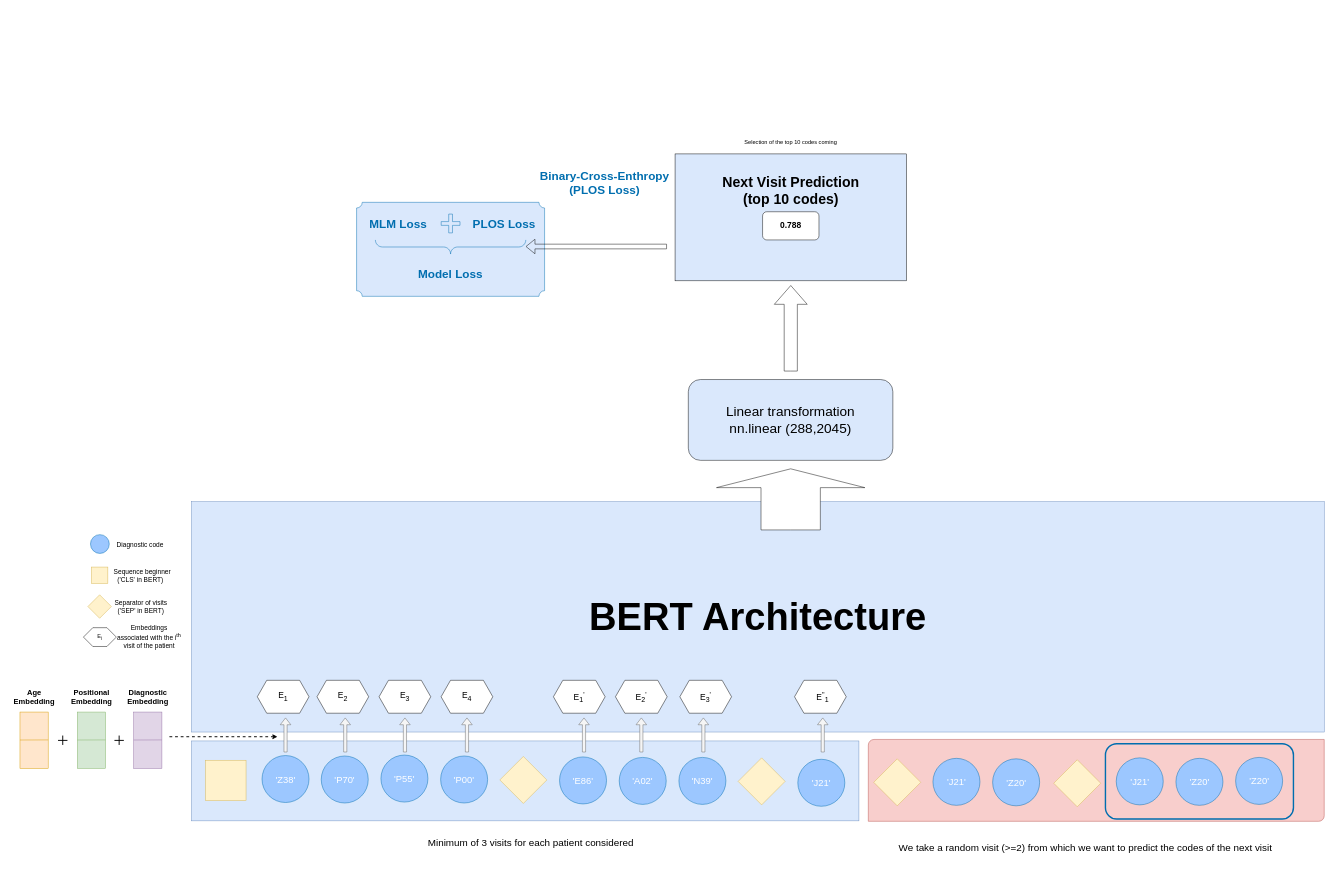
Basso42/BEHRT keeps this draw.io diagram as FineTuning_DREES.drawio. Above is the earlier version. Source tidied: cells renumbered, new cells numbered last; positions are measured from the earlier drawing's top-left corner, leaving out a move shared by most shapes. Both pictures are drawn from the tidied source at 47%, with x=0, y=0 at pixel (8, 135).
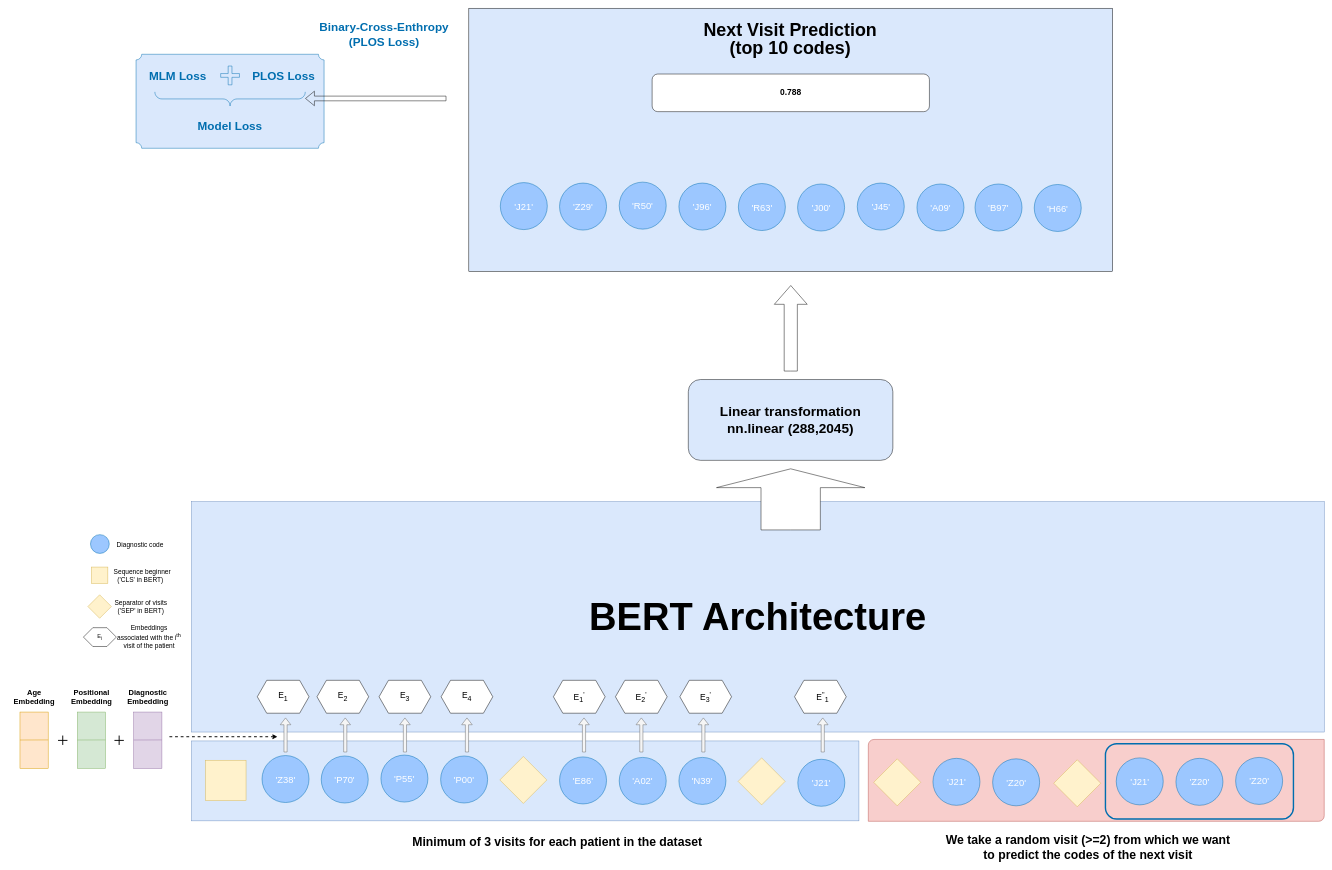
Above is the later version.

Commit message (it also covers changes not shown here):
Mettre à jour FineTuning_DREES.drawio

The edit, as a diff of the source:
```diff
@@
-    <mxCell id="66" value="&lt;div style=&quot;font-size: 29px;&quot;&gt;&lt;font style=&quot;font-size: 29px;&quot;&gt;Linear transformation&lt;/font&gt;&lt;/div&gt;&lt;div style=&quot;font-size: 29px;&quot;&gt;&lt;font style=&quot;font-size: 29px;&quot;&gt;nn.linear (288,2045)&lt;br&gt; &lt;/font&gt;&lt;/div&gt;" style="rounded=1;whiteSpace=wrap;html=1;fillColor=#DAE8FC;" parent="1" vertex="1">
+    <mxCell id="66" value="&lt;div style=&quot;font-size: 29px;&quot;&gt;&lt;b&gt;&lt;font style=&quot;font-size: 29px;&quot;&gt;Linear transformation&lt;/font&gt;&lt;/b&gt;&lt;/div&gt;&lt;div style=&quot;font-size: 29px;&quot;&gt;&lt;font style=&quot;font-size: 29px;&quot;&gt;&lt;b&gt;nn.linear (288,2045)&lt;br&gt;&lt;/b&gt; &lt;/font&gt;&lt;/div&gt;" style="rounded=1;whiteSpace=wrap;html=1;fillColor=#DAE8FC;" parent="1" vertex="1">
       <mxGeometry x="1447" y="520" width="435.2" height="172" as="geometry" />
     </mxCell>
@@
     <mxCell id="68" value="&lt;p style=&quot;line-height: 0%;&quot;&gt;&lt;br&gt;&lt;/p&gt;" style="rounded=0;whiteSpace=wrap;html=1;fillColor=#DAE8FC;" parent="1" vertex="1">
-      <mxGeometry x="1418.8" y="40" width="492.4" height="270" as="geometry" />
+      <mxGeometry x="980" y="-270" width="1370" height="560" as="geometry" />
     </mxCell>
     <mxCell id="69" style="verticalLabelPosition=bottom;verticalAlign=top;html=1;shape=mxgraph.basic.plaque;dx=6;whiteSpace=wrap;strokeColor=#006EAF;fillColor=#DAE8FC;" parent="1" vertex="1">
-      <mxGeometry x="741.2" y="143" width="400" height="200" as="geometry" />
+      <mxGeometry x="272" y="-172" width="400" height="200" as="geometry" />
     </mxCell>
     <mxCell id="70" value="&lt;div style=&quot;font-size: 25px;&quot;&gt;&lt;font style=&quot;font-size: 25px;&quot; color=&quot;#006eaf&quot;&gt;&lt;b&gt;&lt;font style=&quot;font-size: 25px;&quot;&gt;&lt;font style=&quot;font-size: 25px;&quot;&gt;&lt;span style=&quot;white-space: pre;&quot;&gt;&#9;&lt;/span&gt;PLOS Loss &lt;br&gt;&lt;/font&gt;&lt;/font&gt;&lt;/b&gt;&lt;/font&gt;&lt;/div&gt;&lt;div style=&quot;font-size: 25px;&quot;&gt;&lt;font color=&quot;#006eaf&quot;&gt;&lt;br&gt;&lt;/font&gt;&lt;/div&gt;" style="text;whiteSpace=wrap;html=1;" parent="1" vertex="1">
-      <mxGeometry x="931.2" y="168" width="320" height="35" as="geometry" />
+      <mxGeometry x="462" y="-147" width="320" height="35" as="geometry" />
     </mxCell>
     <mxCell id="71" style="shape=cross;whiteSpace=wrap;html=1;fillColor=none;fontColor=#ffffff;strokeColor=#006EAF;" parent="1" vertex="1">
-      <mxGeometry x="921.2" y="168" width="40" height="40" as="geometry" />
+      <mxGeometry x="452" y="-147" width="40" height="40" as="geometry" />
     </mxCell>
     <mxCell id="72" value="&lt;div style=&quot;font-size: 25px;&quot;&gt;&lt;font style=&quot;font-size: 25px;&quot; color=&quot;#006eaf&quot;&gt;&lt;b&gt;&lt;font style=&quot;font-size: 25px;&quot;&gt;&lt;font style=&quot;font-size: 25px;&quot;&gt;Binary-Cross-Enthropy&lt;/font&gt;&lt;/font&gt;&lt;/b&gt;&lt;/font&gt;&lt;/div&gt;&lt;div style=&quot;font-size: 25px;&quot;&gt;&lt;font style=&quot;font-size: 25px;&quot;&gt;&lt;b&gt;&lt;font style=&quot;font-size: 25px;&quot; color=&quot;#006eaf&quot;&gt;&lt;font style=&quot;font-size: 25px;&quot;&gt;(PLOS Loss)&lt;/font&gt;&lt;/font&gt;&lt;font style=&quot;font-size: 25px;&quot; color=&quot;#ff0000&quot;&gt;&lt;font style=&quot;font-size: 25px;&quot;&gt;&lt;br&gt;&lt;/font&gt;&lt;/font&gt;&lt;/b&gt;&lt;/font&gt;&lt;/div&gt;" style="text;html=1;strokeColor=none;fillColor=none;align=center;verticalAlign=middle;whiteSpace=wrap;rounded=0;" parent="1" vertex="1">
-      <mxGeometry x="1118.8" y="85" width="300" height="30" as="geometry" />
+      <mxGeometry x="649.6" y="-230" width="300" height="30" as="geometry" />
     </mxCell>
     <mxCell id="73" value="&lt;font style=&quot;font-size: 25px;&quot; color=&quot;#006eaf&quot;&gt;&lt;b&gt;&lt;font style=&quot;font-size: 25px;&quot;&gt;&lt;font style=&quot;font-size: 25px;&quot;&gt;&lt;span style=&quot;white-space: pre;&quot;&gt;&amp;nbsp;&amp;nbsp;&amp;nbsp;&amp;nbsp;&lt;/span&gt;MLM Loss &lt;/font&gt;&lt;/font&gt;&lt;/b&gt;&lt;/font&gt;" style="text;html=1;strokeColor=none;fillColor=none;align=center;verticalAlign=middle;whiteSpace=wrap;rounded=0;" parent="1" vertex="1">
-      <mxGeometry x="701.2" y="173" width="230" height="30" as="geometry" />
+      <mxGeometry x="232" y="-142" width="230" height="30" as="geometry" />
     </mxCell>
     <mxCell id="74" value="&lt;font size=&quot;1&quot; color=&quot;#006eaf&quot;&gt;&lt;b&gt;&lt;font style=&quot;font-size: 25px;&quot;&gt;Model Loss&lt;/font&gt;&lt;/b&gt;&lt;/font&gt;" style="text;html=1;strokeColor=none;fillColor=none;align=center;verticalAlign=middle;whiteSpace=wrap;rounded=0;" parent="1" vertex="1">
-      <mxGeometry x="856.2" y="280" width="170" height="30" as="geometry" />
+      <mxGeometry x="387" y="-35" width="170" height="30" as="geometry" />
     </mxCell>
     <mxCell id="75" style="verticalLabelPosition=bottom;shadow=0;dashed=0;align=center;html=1;verticalAlign=top;strokeWidth=1;shape=mxgraph.mockup.markup.curlyBrace;whiteSpace=wrap;flipV=1;strokeColor=#006EAF;" parent="1" vertex="1">
-      <mxGeometry x="781.2" y="223" width="320" height="30" as="geometry" />
+      <mxGeometry x="312" y="-92" width="320" height="30" as="geometry" />
     </mxCell>
     <mxCell id="76" value="&lt;b&gt;&lt;font style=&quot;font-size: 18px;&quot;&gt;0.788&lt;/font&gt;&lt;/b&gt;" style="rounded=1;whiteSpace=wrap;html=1;" parent="1" vertex="1">
-      <mxGeometry x="1605" y="163" width="120" height="60" as="geometry" />
+      <mxGeometry x="1370" y="-130" width="590" height="80" as="geometry" />
     </mxCell>
     <mxCell id="77" style="shape=flexArrow;endArrow=classic;html=1;rounded=0;" parent="1" edge="1">
       <mxGeometry relative="1" as="geometry">
-        <mxPoint x="1401.2" y="237" as="sourcePoint" />
-        <mxPoint x="1101.2" y="237" as="targetPoint" />
+        <mxPoint x="932" y="-78" as="sourcePoint" />
+        <mxPoint x="632" y="-78" as="targetPoint" />
       </mxGeometry>
     </mxCell>
-    <mxCell id="78" value="&lt;p style=&quot;line-height: 0%;&quot;&gt;&lt;b&gt;&lt;font style=&quot;font-size: 30px;&quot;&gt;Next Visit Prediction&lt;/font&gt;&lt;/b&gt;&lt;/p&gt;&lt;p style=&quot;line-height: 0%;&quot;&gt;&lt;b&gt;&lt;font style=&quot;font-size: 30px;&quot;&gt;&lt;br&gt;&lt;/font&gt;&lt;/b&gt;&lt;/p&gt;&lt;p style=&quot;line-height: 0%;&quot;&gt;&lt;b&gt;&lt;font style=&quot;font-size: 30px;&quot;&gt;(top 10 codes) &lt;br&gt;&lt;/font&gt;&lt;/b&gt;&lt;/p&gt;&lt;p style=&quot;line-height: 0%;&quot;&gt;&lt;b&gt;&lt;font style=&quot;font-size: 30px;&quot;&gt;&lt;br&gt;&lt;/font&gt;&lt;/b&gt;&lt;/p&gt;" style="text;html=1;strokeColor=none;fillColor=none;align=center;verticalAlign=middle;whiteSpace=wrap;rounded=0;" parent="1" vertex="1">
-      <mxGeometry x="1488.5" y="30" width="353" height="200" as="geometry" />
+    <mxCell id="78" value="&lt;p style=&quot;line-height: 0%; font-size: 38px;&quot;&gt;&lt;font style=&quot;font-size: 38px;&quot;&gt;&lt;b&gt;&lt;font style=&quot;font-size: 38px;&quot;&gt;Next Visit Prediction&lt;/font&gt;&lt;/b&gt;&lt;/font&gt;&lt;/p&gt;&lt;p style=&quot;line-height: 0%; font-size: 38px;&quot;&gt;&lt;font style=&quot;font-size: 38px;&quot;&gt;&lt;b&gt;&lt;font style=&quot;font-size: 38px;&quot;&gt;(top 10 codes) &lt;/font&gt;&lt;/b&gt;&lt;font style=&quot;font-size: 38px;&quot;&gt;&lt;b&gt;&lt;font style=&quot;font-size: 38px;&quot;&gt;&lt;br&gt;&lt;/font&gt;&lt;/b&gt;&lt;/font&gt;&lt;/font&gt;&lt;/p&gt;&lt;p style=&quot;line-height: 0%;&quot;&gt;&lt;b&gt;&lt;font style=&quot;font-size: 30px;&quot;&gt;&lt;br&gt;&lt;/font&gt;&lt;/b&gt;&lt;/p&gt;" style="text;html=1;strokeColor=none;fillColor=none;align=center;verticalAlign=middle;whiteSpace=wrap;rounded=0;" parent="1" vertex="1">
+      <mxGeometry x="1466" y="-270" width="396" height="147" as="geometry" />
     </mxCell>
-    <mxCell id="79" value="Selection of the top 10 codes coming " style="text;html=1;strokeColor=none;fillColor=none;align=center;verticalAlign=middle;whiteSpace=wrap;rounded=0;" parent="1" vertex="1">
-      <mxGeometry x="1535" width="260" height="30" as="geometry" />
-    </mxCell>
@@
-    <mxCell id="88" value="&lt;font style=&quot;font-size: 21px;&quot;&gt;Minimum of 3 visits for each patient considered&lt;/font&gt;" style="text;html=1;strokeColor=none;fillColor=none;align=center;verticalAlign=middle;whiteSpace=wrap;rounded=0;" parent="1" vertex="1">
-      <mxGeometry x="837" y="1490" width="550" height="30" as="geometry" />
+    <mxCell id="88" value="&lt;font size=&quot;1&quot;&gt;&lt;b&gt;&lt;font style=&quot;font-size: 26px;&quot;&gt;Minimum of 3 visits for each patient in the dataset&lt;br&gt;&lt;/font&gt;&lt;/b&gt;&lt;/font&gt;" style="text;html=1;strokeColor=none;fillColor=none;align=center;verticalAlign=middle;whiteSpace=wrap;rounded=0;" parent="1" vertex="1">
+      <mxGeometry x="837" y="1490" width="663" height="30" as="geometry" />
     </mxCell>
-    <mxCell id="89" value="&lt;font style=&quot;font-size: 21px;&quot;&gt;We take a random visit (&amp;gt;=2) from which we want to predict the codes of the next visit &lt;br&gt;&lt;/font&gt;" style="text;html=1;strokeColor=none;fillColor=none;align=center;verticalAlign=middle;whiteSpace=wrap;rounded=0;" parent="1" vertex="1">
-      <mxGeometry x="1871.5" y="1500" width="840" height="30" as="geometry" />
+    <mxCell id="89" value="&lt;b style=&quot;font-size: 26px;&quot;&gt;&lt;font style=&quot;font-size: 26px;&quot;&gt;We take a random visit (&amp;gt;=2) from which we want to predict the codes of the next visit &lt;br&gt;&lt;/font&gt;&lt;/b&gt;" style="text;html=1;strokeColor=none;fillColor=none;align=center;verticalAlign=middle;whiteSpace=wrap;rounded=0;" parent="1" vertex="1">
+      <mxGeometry x="1983" y="1500" width="628.5" height="30" as="geometry" />
     </mxCell>
+    <mxCell id="90" value="&lt;font style=&quot;font-size: 20px;&quot; color=&quot;#ffffff&quot;&gt;'R50'&lt;/font&gt;" style="ellipse;whiteSpace=wrap;html=1;fillColor=#9CC7FF;flipH=1;strokeColor=#006EAF;" parent="1" vertex="1">
+      <mxGeometry x="1300" y="100" width="100" height="100" as="geometry" />
+    </mxCell>
+    <mxCell id="91" value="&lt;font style=&quot;font-size: 20px;&quot;&gt;'J21'&lt;/font&gt;" style="ellipse;whiteSpace=wrap;html=1;fillColor=#9CC7FF;flipH=1;strokeColor=#006EAF;fontColor=#ffffff;" parent="1" vertex="1">
+      <mxGeometry x="1047" y="101" width="100" height="100" as="geometry" />
+    </mxCell>
+    <mxCell id="92" value="&lt;font style=&quot;font-size: 20px;&quot; color=&quot;#ffffff&quot;&gt;'Z29'&lt;/font&gt;" style="ellipse;whiteSpace=wrap;html=1;fillColor=#9CC7FF;flipH=1;strokeColor=#006EAF;" parent="1" vertex="1">
+      <mxGeometry x="1173" y="102" width="100" height="100" as="geometry" />
+    </mxCell>
+    <mxCell id="93" value="&lt;font style=&quot;font-size: 20px;&quot; color=&quot;#ffffff&quot;&gt;'J96'&lt;/font&gt;" style="ellipse;whiteSpace=wrap;html=1;fillColor=#9CC7FF;flipH=1;strokeColor=#006EAF;" parent="1" vertex="1">
+      <mxGeometry x="1427" y="102" width="100" height="100" as="geometry" />
+    </mxCell>
+    <mxCell id="94" value="&lt;font style=&quot;font-size: 20px;&quot; color=&quot;#ffffff&quot;&gt;'J45'&lt;/font&gt;" style="ellipse;whiteSpace=wrap;html=1;fillColor=#9CC7FF;flipH=1;strokeColor=#006EAF;" parent="1" vertex="1">
+      <mxGeometry x="1806.5" y="102" width="100" height="100" as="geometry" />
+    </mxCell>
+    <mxCell id="95" value="&lt;font style=&quot;font-size: 20px;&quot;&gt;'R63'&lt;/font&gt;" style="ellipse;whiteSpace=wrap;html=1;fillColor=#9CC7FF;flipH=1;strokeColor=#006EAF;fontColor=#ffffff;" parent="1" vertex="1">
+      <mxGeometry x="1553.5" y="103" width="100" height="100" as="geometry" />
+    </mxCell>
+    <mxCell id="96" value="&lt;font style=&quot;font-size: 20px;&quot; color=&quot;#ffffff&quot;&gt;'J00'&lt;/font&gt;" style="ellipse;whiteSpace=wrap;html=1;fillColor=#9CC7FF;flipH=1;strokeColor=#006EAF;" parent="1" vertex="1">
+      <mxGeometry x="1679.5" y="104" width="100" height="100" as="geometry" />
+    </mxCell>
+    <mxCell id="97" value="&lt;font style=&quot;font-size: 20px;&quot; color=&quot;#ffffff&quot;&gt;'A09'&lt;/font&gt;" style="ellipse;whiteSpace=wrap;html=1;fillColor=#9CC7FF;flipH=1;strokeColor=#006EAF;" parent="1" vertex="1">
+      <mxGeometry x="1933.5" y="104" width="100" height="100" as="geometry" />
+    </mxCell>
+    <mxCell id="98" value="&lt;font style=&quot;font-size: 20px;&quot;&gt;'B97'&lt;/font&gt;" style="ellipse;whiteSpace=wrap;html=1;fillColor=#9CC7FF;flipH=1;strokeColor=#006EAF;fontColor=#ffffff;" parent="1" vertex="1">
+      <mxGeometry x="2057" y="104" width="100" height="100" as="geometry" />
+    </mxCell>
+    <mxCell id="99" value="&lt;font style=&quot;font-size: 20px;&quot; color=&quot;#ffffff&quot;&gt;'H66'&lt;/font&gt;" style="ellipse;whiteSpace=wrap;html=1;fillColor=#9CC7FF;flipH=1;strokeColor=#006EAF;" parent="1" vertex="1">
+      <mxGeometry x="2183" y="105" width="100" height="100" as="geometry" />
+    </mxCell>
```
